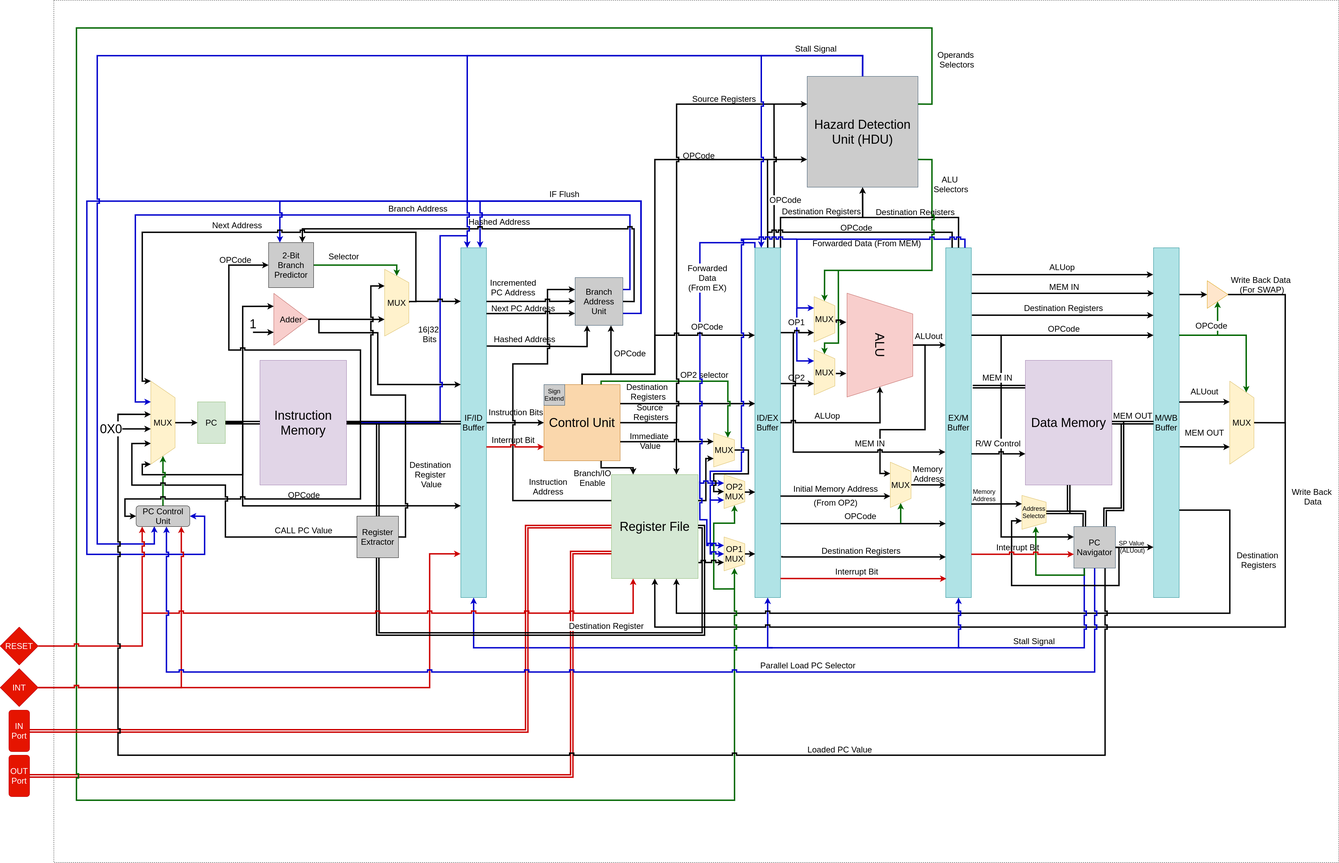
This is docs/design/images/overall_system.png from mido3ds/pipeline-risc-cpu, a draw.io export, as it was before one commit. Source tidied: cells renumbered, new cells last; positions are measured from the earlier drawing's top-left corner, leaving out a move shared by most shapes.
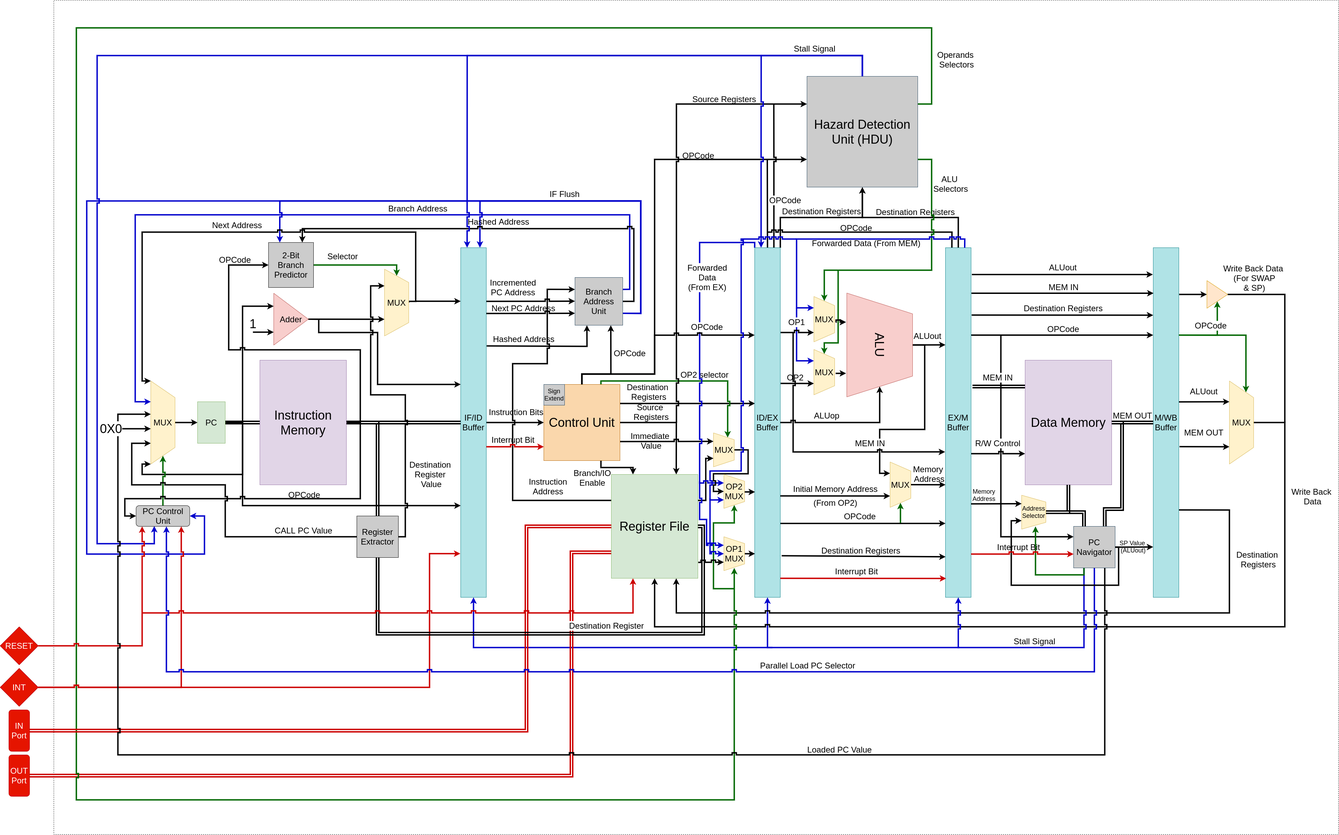
The same file after the commit.

Diff of the diagram source:
```diff
@@ -3,7 +3,7 @@
     <mxCell id="0" />
     <mxCell id="1" parent="0" />
     <mxCell id="2" style="rounded=0;whiteSpace=wrap;html=1;dashed=1;glass=0;shadow=0;fillColor=none;" parent="1" vertex="1">
-      <mxGeometry x="155" width="3710" height="2490" as="geometry" />
+      <mxGeometry x="155" width="3710" height="2410" as="geometry" />
     </mxCell>
     <mxCell id="3" style="edgeStyle=elbowEdgeStyle;rounded=0;comic=0;jumpStyle=sharp;jettySize=auto;html=1;exitX=1;exitY=0.25;exitDx=0;exitDy=0;shadow=0;labelBackgroundColor=#FFFFFF;startArrow=none;startFill=0;endArrow=classic;endFill=1;strokeColor=#000000;strokeWidth=4;entryX=0;entryY=0.25;entryDx=0;entryDy=0;" parent="1" edge="1" source="66" target="160">
       <mxGeometry relative="1" as="geometry">
@@ -452,15 +452,6 @@
     <mxCell id="77" style="edgeStyle=orthogonalEdgeStyle;rounded=0;jettySize=auto;html=1;exitX=1;exitY=0.5;exitDx=0;exitDy=0;labelBackgroundColor=none;strokeColor=#000000;strokeWidth=4;fontColor=#000000;shape=link;" parent="1" edge="1" source="81" target="124">
       <mxGeometry relative="1" as="geometry" />
     </mxCell>
-    <mxCell id="78" value="&lt;font style=&quot;font-size: 24px&quot;&gt;16|32 &lt;br&gt;Bits&lt;/font&gt;" style="edgeStyle=orthogonalEdgeStyle;rounded=0;jettySize=auto;html=1;exitX=1;exitY=0.5;exitDx=0;exitDy=0;entryX=0.25;entryY=0;entryDx=0;entryDy=0;labelBackgroundColor=none;startArrow=none;startFill=0;strokeColor=#0000CC;strokeWidth=4;fontColor=#000000;jumpStyle=sharp;" parent="1" edge="1" source="81" target="7">
-      <mxGeometry x="0.14" y="30" relative="1" as="geometry">
-        <Array as="points">
-          <mxPoint x="1270" y="1220" />
-          <mxPoint x="1270" y="680" />
-          <mxPoint x="1348" y="680" />
-        </Array>
-      </mxGeometry>
-    </mxCell>
     <mxCell id="79" style="edgeStyle=orthogonalEdgeStyle;rounded=0;comic=0;jumpStyle=sharp;jettySize=auto;html=1;exitX=1;exitY=0.5;exitDx=0;exitDy=0;entryX=0;entryY=0.5;entryDx=0;entryDy=0;shadow=0;labelBackgroundColor=#FFFFFF;startArrow=none;startFill=0;endArrow=classic;endFill=1;strokeColor=#000000;strokeWidth=4;" parent="1" edge="1" source="81" target="137">
       <mxGeometry relative="1" as="geometry">
         <Array as="points">
@@ -638,7 +629,7 @@
         <mxPoint x="3329" y="792.5" as="targetPoint" />
       </mxGeometry>
     </mxCell>
-    <mxCell id="110" value="&lt;font style=&quot;font-size: 24px&quot;&gt;ALUop&lt;/font&gt;" style="text;html=1;align=center;verticalAlign=middle;labelBackgroundColor=#ffffff;" parent="109" vertex="1">
+    <mxCell id="110" value="&lt;font style=&quot;font-size: 24px&quot;&gt;ALUout&lt;/font&gt;" style="text;html=1;align=center;verticalAlign=middle;labelBackgroundColor=#ffffff;" parent="109" vertex="1">
       <mxGeometry x="-0.18" y="-9" relative="1" as="geometry">
         <mxPoint x="44" y="-31.5" as="offset" />
       </mxGeometry>
@@ -865,9 +856,9 @@
         <mxPoint x="3710" y="1220" as="targetPoint" />
       </mxGeometry>
     </mxCell>
-    <mxCell id="147" value="&lt;font style=&quot;font-size: 24px&quot;&gt;Write Back Data &lt;br&gt;(For SWAP)&lt;/font&gt;" style="text;html=1;align=center;verticalAlign=middle;" parent="146" vertex="1">
+    <mxCell id="147" value="&lt;font style=&quot;font-size: 24px&quot;&gt;Write Back Data &lt;br&gt;(For SWAP&lt;br&gt;&amp;amp; SP)&lt;/font&gt;" style="text;html=1;align=center;verticalAlign=middle;" parent="146" vertex="1">
       <mxGeometry x="-0.51" y="5" relative="1" as="geometry">
-        <mxPoint x="-35" y="-25" as="offset" />
+        <mxPoint x="-55" y="-44" as="offset" />
       </mxGeometry>
     </mxCell>
     <mxCell id="148" style="triangle;whiteSpace=wrap;html=1;fillColor=#ffe6cc;strokeColor=#d79b00;" parent="1" vertex="1">
```
